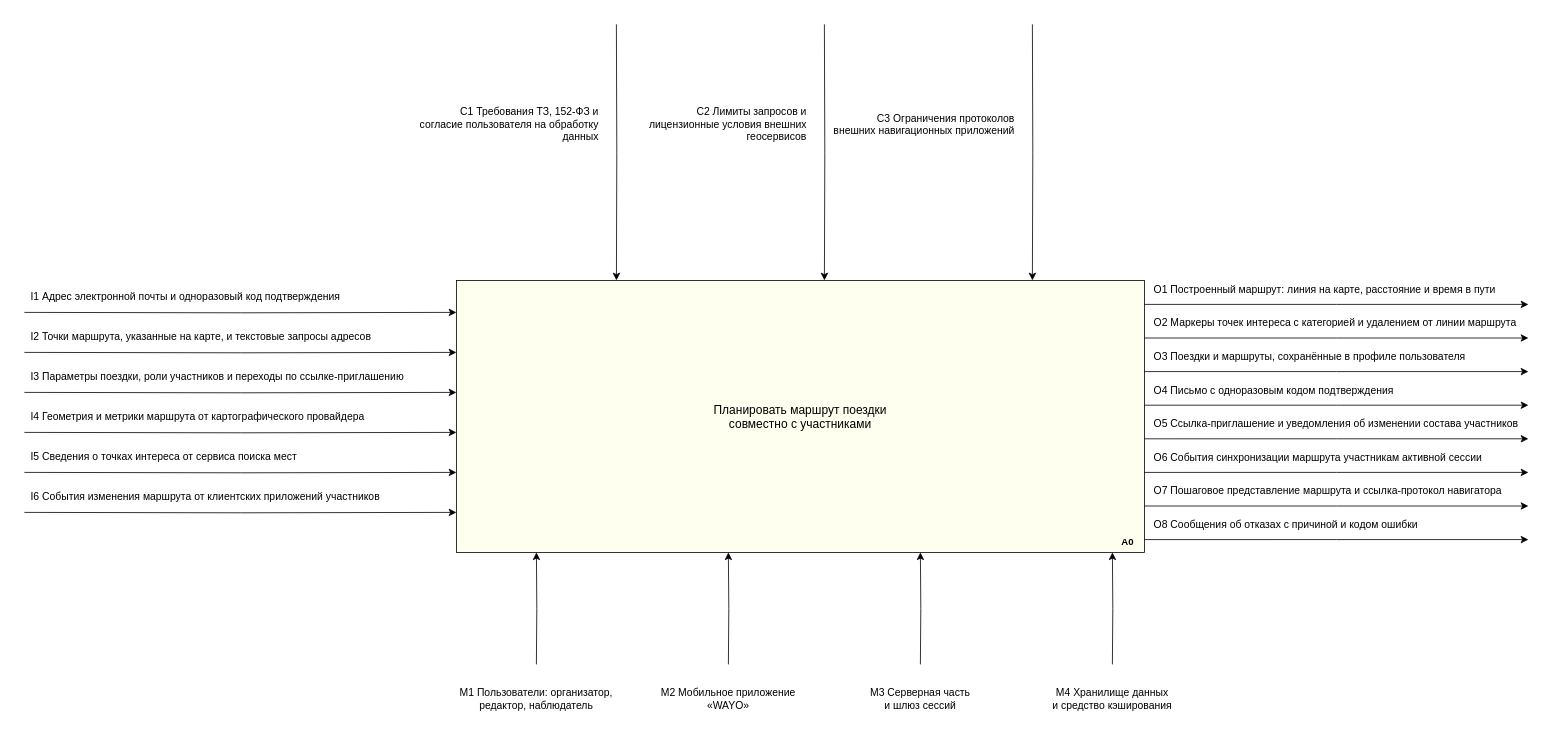
crockshine/wayo keeps this draw.io diagram as page "IDEF0 A-0: контекстная диаграмма" (1 of 4) of docs/IDEF0.drawio. Above is the earlier version. Source tidied: cells renumbered, new cells numbered last; positions are measured from the earlier drawing's top-left corner, leaving out a move shared by most shapes. Both pictures are drawn from the tidied source at 80%, with x=0, y=0 at pixel (24, 24).
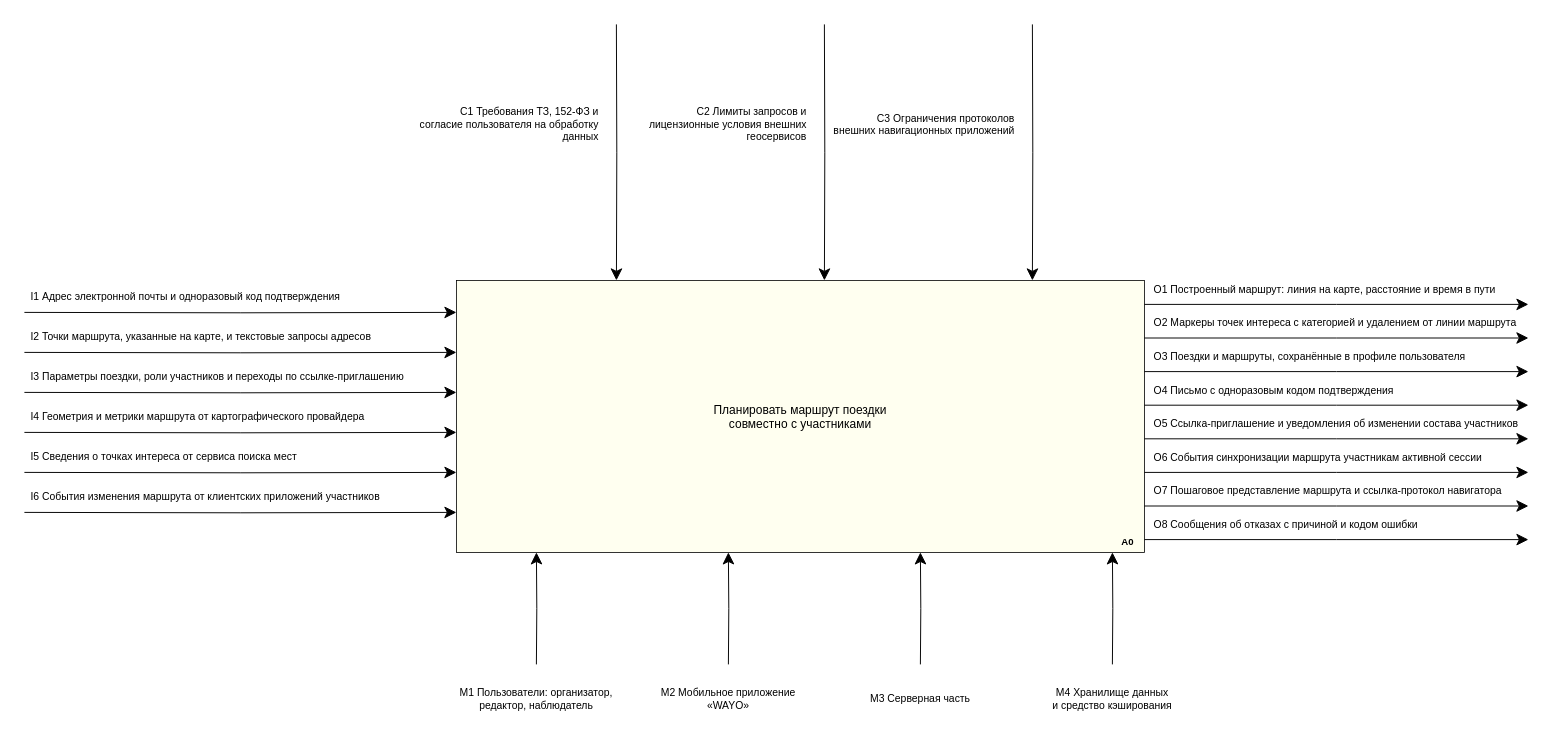
The same page after the edit.

Unchanged cells that the change refers to:
```xml
<mxCell id="2" value="Планировать маршрут поездки&#10;совместно с участниками" style="rounded=0;whiteSpace=wrap;html=1;fillColor=#FFFFF0;strokeColor=#000000;fontSize=15;fontFamily=Helvetica;" parent="1" vertex="1">
  <mxGeometry x="540" y="320" width="860" height="340" as="geometry" />
</mxCell>
```

Change to the diagram source:
```diff
@@
-    <mxCell id="4" style="edgeStyle=orthogonalEdgeStyle;rounded=0;html=1;endArrow=classic;endSize=7;strokeColor=#000000;fontSize=9;fontFamily=Helvetica;entryX=0;entryY=0.1176;entryDx=0;entryDy=0;" parent="1" edge="1" target="2">
+    <mxCell id="4" style="edgeStyle=orthogonalEdgeStyle;rounded=0;html=1;endArrow=classic;endSize=12;strokeColor=#000000;fontSize=9;fontFamily=Helvetica;entryX=0;entryY=0.1176;entryDx=0;entryDy=0;strokeWidth=1.2;" parent="1" edge="1" target="2">
       <mxGeometry relative="1" as="geometry">
         <mxPoint y="360" as="sourcePoint" />
       </mxGeometry>
     </mxCell>
@@
-    <mxCell id="6" style="edgeStyle=orthogonalEdgeStyle;rounded=0;html=1;endArrow=classic;endSize=7;strokeColor=#000000;fontSize=9;fontFamily=Helvetica;entryX=0;entryY=0.2647;entryDx=0;entryDy=0;" parent="1" edge="1" target="2">
+    <mxCell id="6" style="edgeStyle=orthogonalEdgeStyle;rounded=0;html=1;endArrow=classic;endSize=12;strokeColor=#000000;fontSize=9;fontFamily=Helvetica;entryX=0;entryY=0.2647;entryDx=0;entryDy=0;strokeWidth=1.2;" parent="1" edge="1" target="2">
       <mxGeometry relative="1" as="geometry">
         <mxPoint y="410" as="sourcePoint" />
       </mxGeometry>
     </mxCell>
@@
-    <mxCell id="8" style="edgeStyle=orthogonalEdgeStyle;rounded=0;html=1;endArrow=classic;endSize=7;strokeColor=#000000;fontSize=9;fontFamily=Helvetica;entryX=0;entryY=0.4118;entryDx=0;entryDy=0;" parent="1" edge="1" target="2">
+    <mxCell id="8" style="edgeStyle=orthogonalEdgeStyle;rounded=0;html=1;endArrow=classic;endSize=12;strokeColor=#000000;fontSize=9;fontFamily=Helvetica;entryX=0;entryY=0.4118;entryDx=0;entryDy=0;strokeWidth=1.2;" parent="1" edge="1" target="2">
       <mxGeometry relative="1" as="geometry">
         <mxPoint y="460" as="sourcePoint" />
       </mxGeometry>
     </mxCell>
@@
-    <mxCell id="10" style="edgeStyle=orthogonalEdgeStyle;rounded=0;html=1;endArrow=classic;endSize=7;strokeColor=#000000;fontSize=9;fontFamily=Helvetica;entryX=0;entryY=0.5588;entryDx=0;entryDy=0;" parent="1" edge="1" target="2">
+    <mxCell id="10" style="edgeStyle=orthogonalEdgeStyle;rounded=0;html=1;endArrow=classic;endSize=12;strokeColor=#000000;fontSize=9;fontFamily=Helvetica;entryX=0;entryY=0.5588;entryDx=0;entryDy=0;strokeWidth=1.2;" parent="1" edge="1" target="2">
       <mxGeometry relative="1" as="geometry">
         <mxPoint y="510" as="sourcePoint" />
       </mxGeometry>
     </mxCell>
@@
-    <mxCell id="12" style="edgeStyle=orthogonalEdgeStyle;rounded=0;html=1;endArrow=classic;endSize=7;strokeColor=#000000;fontSize=9;fontFamily=Helvetica;entryX=0;entryY=0.7059;entryDx=0;entryDy=0;" parent="1" edge="1" target="2">
+    <mxCell id="12" style="edgeStyle=orthogonalEdgeStyle;rounded=0;html=1;endArrow=classic;endSize=12;strokeColor=#000000;fontSize=9;fontFamily=Helvetica;entryX=0;entryY=0.7059;entryDx=0;entryDy=0;strokeWidth=1.2;" parent="1" edge="1" target="2">
       <mxGeometry relative="1" as="geometry">
         <mxPoint y="560" as="sourcePoint" />
       </mxGeometry>
     </mxCell>
@@
-    <mxCell id="14" style="edgeStyle=orthogonalEdgeStyle;rounded=0;html=1;endArrow=classic;endSize=7;strokeColor=#000000;fontSize=9;fontFamily=Helvetica;entryX=0;entryY=0.8529;entryDx=0;entryDy=0;" parent="1" edge="1" target="2">
+    <mxCell id="14" style="edgeStyle=orthogonalEdgeStyle;rounded=0;html=1;endArrow=classic;endSize=12;strokeColor=#000000;fontSize=9;fontFamily=Helvetica;entryX=0;entryY=0.8529;entryDx=0;entryDy=0;strokeWidth=1.2;" parent="1" edge="1" target="2">
       <mxGeometry relative="1" as="geometry">
         <mxPoint y="610" as="sourcePoint" />
       </mxGeometry>
     </mxCell>
@@
-    <mxCell id="16" style="edgeStyle=orthogonalEdgeStyle;rounded=0;html=1;endArrow=classic;endSize=7;strokeColor=#000000;fontSize=9;fontFamily=Helvetica;entryX=0.2326;entryY=0;entryDx=0;entryDy=0;" parent="1" edge="1" target="2">
+    <mxCell id="16" style="edgeStyle=orthogonalEdgeStyle;rounded=0;html=1;endArrow=classic;endSize=12;strokeColor=#000000;fontSize=9;fontFamily=Helvetica;entryX=0.2326;entryY=0;entryDx=0;entryDy=0;strokeWidth=1.2;" parent="1" edge="1" target="2">
       <mxGeometry relative="1" as="geometry">
         <mxPoint x="740" as="sourcePoint" />
       </mxGeometry>
     </mxCell>
@@
-    <mxCell id="18" style="edgeStyle=orthogonalEdgeStyle;rounded=0;html=1;endArrow=classic;endSize=7;strokeColor=#000000;fontSize=9;fontFamily=Helvetica;entryX=0.5349;entryY=0;entryDx=0;entryDy=0;" parent="1" edge="1" target="2">
+    <mxCell id="18" style="edgeStyle=orthogonalEdgeStyle;rounded=0;html=1;endArrow=classic;endSize=12;strokeColor=#000000;fontSize=9;fontFamily=Helvetica;entryX=0.5349;entryY=0;entryDx=0;entryDy=0;strokeWidth=1.2;" parent="1" edge="1" target="2">
       <mxGeometry relative="1" as="geometry">
         <mxPoint x="1000" as="sourcePoint" />
       </mxGeometry>
     </mxCell>
@@
-    <mxCell id="20" style="edgeStyle=orthogonalEdgeStyle;rounded=0;html=1;endArrow=classic;endSize=7;strokeColor=#000000;fontSize=9;fontFamily=Helvetica;entryX=0.8372;entryY=0;entryDx=0;entryDy=0;" parent="1" edge="1" target="2">
+    <mxCell id="20" style="edgeStyle=orthogonalEdgeStyle;rounded=0;html=1;endArrow=classic;endSize=12;strokeColor=#000000;fontSize=9;fontFamily=Helvetica;entryX=0.8372;entryY=0;entryDx=0;entryDy=0;strokeWidth=1.2;" parent="1" edge="1" target="2">
       <mxGeometry relative="1" as="geometry">
         <mxPoint x="1260" as="sourcePoint" />
       </mxGeometry>
     </mxCell>
@@
-    <mxCell id="22" style="edgeStyle=orthogonalEdgeStyle;rounded=0;html=1;endArrow=classic;endSize=7;strokeColor=#000000;fontSize=9;fontFamily=Helvetica;exitX=1;exitY=0.0882;exitDx=0;exitDy=0;" parent="1" edge="1" source="2">
+    <mxCell id="22" style="edgeStyle=orthogonalEdgeStyle;rounded=0;html=1;endArrow=classic;endSize=12;strokeColor=#000000;fontSize=9;fontFamily=Helvetica;exitX=1;exitY=0.0882;exitDx=0;exitDy=0;strokeWidth=1.2;" parent="1" edge="1" source="2">
       <mxGeometry relative="1" as="geometry">
         <mxPoint x="1880" y="350" as="targetPoint" />
       </mxGeometry>
     </mxCell>
@@
-    <mxCell id="24" style="edgeStyle=orthogonalEdgeStyle;rounded=0;html=1;endArrow=classic;endSize=7;strokeColor=#000000;fontSize=9;fontFamily=Helvetica;exitX=1;exitY=0.2118;exitDx=0;exitDy=0;" parent="1" edge="1" source="2">
+    <mxCell id="24" style="edgeStyle=orthogonalEdgeStyle;rounded=0;html=1;endArrow=classic;endSize=12;strokeColor=#000000;fontSize=9;fontFamily=Helvetica;exitX=1;exitY=0.2118;exitDx=0;exitDy=0;strokeWidth=1.2;" parent="1" edge="1" source="2">
       <mxGeometry relative="1" as="geometry">
         <mxPoint x="1880" y="392" as="targetPoint" />
       </mxGeometry>
     </mxCell>
@@
-    <mxCell id="26" style="edgeStyle=orthogonalEdgeStyle;rounded=0;html=1;endArrow=classic;endSize=7;strokeColor=#000000;fontSize=9;fontFamily=Helvetica;exitX=1;exitY=0.3353;exitDx=0;exitDy=0;" parent="1" edge="1" source="2">
+    <mxCell id="26" style="edgeStyle=orthogonalEdgeStyle;rounded=0;html=1;endArrow=classic;endSize=12;strokeColor=#000000;fontSize=9;fontFamily=Helvetica;exitX=1;exitY=0.3353;exitDx=0;exitDy=0;strokeWidth=1.2;" parent="1" edge="1" source="2">
       <mxGeometry relative="1" as="geometry">
         <mxPoint x="1880" y="434" as="targetPoint" />
       </mxGeometry>
     </mxCell>
@@
-    <mxCell id="28" style="edgeStyle=orthogonalEdgeStyle;rounded=0;html=1;endArrow=classic;endSize=7;strokeColor=#000000;fontSize=9;fontFamily=Helvetica;exitX=1;exitY=0.4588;exitDx=0;exitDy=0;" parent="1" edge="1" source="2">
+    <mxCell id="28" style="edgeStyle=orthogonalEdgeStyle;rounded=0;html=1;endArrow=classic;endSize=12;strokeColor=#000000;fontSize=9;fontFamily=Helvetica;exitX=1;exitY=0.4588;exitDx=0;exitDy=0;strokeWidth=1.2;" parent="1" edge="1" source="2">
       <mxGeometry relative="1" as="geometry">
         <mxPoint x="1880" y="476" as="targetPoint" />
       </mxGeometry>
     </mxCell>
@@
-    <mxCell id="30" style="edgeStyle=orthogonalEdgeStyle;rounded=0;html=1;endArrow=classic;endSize=7;strokeColor=#000000;fontSize=9;fontFamily=Helvetica;exitX=1;exitY=0.5824;exitDx=0;exitDy=0;" parent="1" edge="1" source="2">
+    <mxCell id="30" style="edgeStyle=orthogonalEdgeStyle;rounded=0;html=1;endArrow=classic;endSize=12;strokeColor=#000000;fontSize=9;fontFamily=Helvetica;exitX=1;exitY=0.5824;exitDx=0;exitDy=0;strokeWidth=1.2;" parent="1" edge="1" source="2">
       <mxGeometry relative="1" as="geometry">
         <mxPoint x="1880" y="518" as="targetPoint" />
       </mxGeometry>
     </mxCell>
@@
-    <mxCell id="32" style="edgeStyle=orthogonalEdgeStyle;rounded=0;html=1;endArrow=classic;endSize=7;strokeColor=#000000;fontSize=9;fontFamily=Helvetica;exitX=1;exitY=0.7059;exitDx=0;exitDy=0;" parent="1" edge="1" source="2">
+    <mxCell id="32" style="edgeStyle=orthogonalEdgeStyle;rounded=0;html=1;endArrow=classic;endSize=12;strokeColor=#000000;fontSize=9;fontFamily=Helvetica;exitX=1;exitY=0.7059;exitDx=0;exitDy=0;strokeWidth=1.2;" parent="1" edge="1" source="2">
       <mxGeometry relative="1" as="geometry">
         <mxPoint x="1880" y="560" as="targetPoint" />
       </mxGeometry>
     </mxCell>
@@
-    <mxCell id="34" style="edgeStyle=orthogonalEdgeStyle;rounded=0;html=1;endArrow=classic;endSize=7;strokeColor=#000000;fontSize=9;fontFamily=Helvetica;exitX=1;exitY=0.8294;exitDx=0;exitDy=0;" parent="1" edge="1" source="2">
+    <mxCell id="34" style="edgeStyle=orthogonalEdgeStyle;rounded=0;html=1;endArrow=classic;endSize=12;strokeColor=#000000;fontSize=9;fontFamily=Helvetica;exitX=1;exitY=0.8294;exitDx=0;exitDy=0;strokeWidth=1.2;" parent="1" edge="1" source="2">
       <mxGeometry relative="1" as="geometry">
         <mxPoint x="1880" y="602" as="targetPoint" />
       </mxGeometry>
     </mxCell>
@@
-    <mxCell id="36" style="edgeStyle=orthogonalEdgeStyle;rounded=0;html=1;endArrow=classic;endSize=7;strokeColor=#000000;fontSize=9;fontFamily=Helvetica;exitX=1;exitY=0.9529;exitDx=0;exitDy=0;" parent="1" edge="1" source="2">
+    <mxCell id="36" style="edgeStyle=orthogonalEdgeStyle;rounded=0;html=1;endArrow=classic;endSize=12;strokeColor=#000000;fontSize=9;fontFamily=Helvetica;exitX=1;exitY=0.9529;exitDx=0;exitDy=0;strokeWidth=1.2;" parent="1" edge="1" source="2">
       <mxGeometry relative="1" as="geometry">
         <mxPoint x="1880" y="644" as="targetPoint" />
       </mxGeometry>
     </mxCell>
@@
-    <mxCell id="38" style="edgeStyle=orthogonalEdgeStyle;rounded=0;html=1;endArrow=classic;endSize=7;strokeColor=#000000;fontSize=9;fontFamily=Helvetica;entryX=0.1163;entryY=1;entryDx=0;entryDy=0;" parent="1" edge="1" target="2">
+    <mxCell id="38" style="edgeStyle=orthogonalEdgeStyle;rounded=0;html=1;endArrow=classic;endSize=12;strokeColor=#000000;fontSize=9;fontFamily=Helvetica;entryX=0.1163;entryY=1;entryDx=0;entryDy=0;strokeWidth=1.2;" parent="1" edge="1" target="2">
       <mxGeometry relative="1" as="geometry">
         <mxPoint x="640" y="800" as="sourcePoint" />
       </mxGeometry>
     </mxCell>
@@
-    <mxCell id="40" style="edgeStyle=orthogonalEdgeStyle;rounded=0;html=1;endArrow=classic;endSize=7;strokeColor=#000000;fontSize=9;fontFamily=Helvetica;entryX=0.3953;entryY=1;entryDx=0;entryDy=0;" parent="1" edge="1" target="2">
+    <mxCell id="40" style="edgeStyle=orthogonalEdgeStyle;rounded=0;html=1;endArrow=classic;endSize=12;strokeColor=#000000;fontSize=9;fontFamily=Helvetica;entryX=0.3953;entryY=1;entryDx=0;entryDy=0;strokeWidth=1.2;" parent="1" edge="1" target="2">
       <mxGeometry relative="1" as="geometry">
         <mxPoint x="880" y="800" as="sourcePoint" />
       </mxGeometry>
     </mxCell>
@@
-    <mxCell id="42" style="edgeStyle=orthogonalEdgeStyle;rounded=0;html=1;endArrow=classic;endSize=7;strokeColor=#000000;fontSize=9;fontFamily=Helvetica;entryX=0.6744;entryY=1;entryDx=0;entryDy=0;" parent="1" edge="1" target="2">
+    <mxCell id="42" style="edgeStyle=orthogonalEdgeStyle;rounded=0;html=1;endArrow=classic;endSize=12;strokeColor=#000000;fontSize=9;fontFamily=Helvetica;entryX=0.6744;entryY=1;entryDx=0;entryDy=0;strokeWidth=1.2;" parent="1" edge="1" target="2">
       <mxGeometry relative="1" as="geometry">
         <mxPoint x="1120" y="800" as="sourcePoint" />
       </mxGeometry>
     </mxCell>
-    <mxCell id="43" value="M3 Серверная часть&#10;и шлюз сессий" style="text;html=1;strokeColor=none;fillColor=none;align=center;verticalAlign=middle;whiteSpace=wrap;fontSize=13;fontFamily=Helvetica;" parent="1" vertex="1">
+    <mxCell id="43" value="M3 Серверная часть" style="text;html=1;strokeColor=none;fillColor=none;align=center;verticalAlign=middle;whiteSpace=wrap;fontSize=13;fontFamily=Helvetica;" parent="1" vertex="1">
       <mxGeometry x="1005" y="812" width="230" height="62" as="geometry" />
     </mxCell>
-    <mxCell id="44" style="edgeStyle=orthogonalEdgeStyle;rounded=0;html=1;endArrow=classic;endSize=7;strokeColor=#000000;fontSize=9;fontFamily=Helvetica;entryX=0.9535;entryY=1;entryDx=0;entryDy=0;" parent="1" edge="1" target="2">
+    <mxCell id="44" style="edgeStyle=orthogonalEdgeStyle;rounded=0;html=1;endArrow=classic;endSize=12;strokeColor=#000000;fontSize=9;fontFamily=Helvetica;entryX=0.9535;entryY=1;entryDx=0;entryDy=0;strokeWidth=1.2;" parent="1" edge="1" target="2">
       <mxGeometry relative="1" as="geometry">
         <mxPoint x="1360" y="800" as="sourcePoint" />
       </mxGeometry>
     </mxCell>
```
